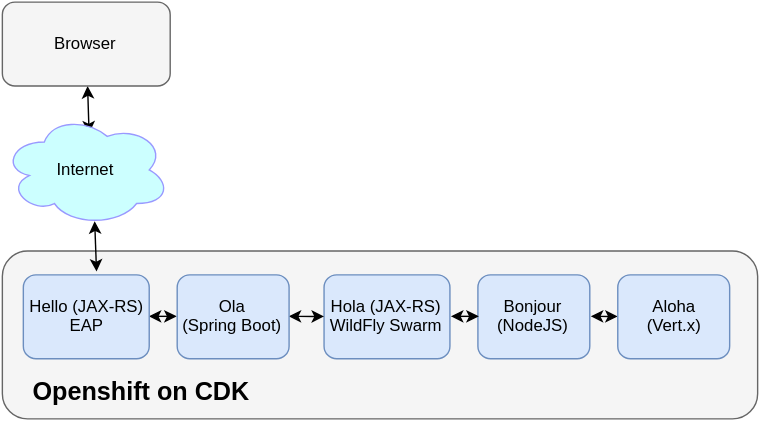
redhat-helloworld-msa/frontend keeps this draw.io diagram as images/service-chaining.svg. Above is the earlier version. Source tidied: cells renumbered, new cells last; positions are measured from the earlier drawing's top-left corner, leaving out a move shared by most shapes. The source it was exported from:
```xml
<mxGraphModel background="#ffffff">
  <root>
    <mxCell id="0" />
    <mxCell id="1" parent="0" />
    <mxCell id="2" style="edgeStyle=none;rounded=0;html=1;startArrow=classic;startFill=1;jettySize=auto;entryX=0.522;entryY=0.171;entryPerimeter=0;" parent="1" edge="1" source="3" target="4">
      <mxGeometry x="165" y="889" as="geometry" />
    </mxCell>
    <mxCell id="3" value="Browser" style="rounded=1;whiteSpace=wrap;html=1;plain-gray;gradientColor=none;" parent="1" vertex="1">
      <mxGeometry width="120" height="60" as="geometry" />
    </mxCell>
    <mxCell id="4" value="Internet" style="ellipse;shape=cloud;whiteSpace=wrap;html=1;plain-yellow;gradientColor=none;fillColor=#CCFFFF;strokeColor=#9999FF;" parent="1" vertex="1">
      <mxGeometry y="80" width="120" height="80" as="geometry" />
    </mxCell>
    <mxCell id="5" style="rounded=1;whiteSpace=wrap;html=1;plain-gray;gradientColor=none;" parent="1" vertex="1">
      <mxGeometry y="178" width="540" height="120" as="geometry" />
    </mxCell>
    <mxCell id="6" style="edgeStyle=none;rounded=0;html=1;exitX=1;exitY=0.5;startArrow=classic;startFill=1;jettySize=auto;" parent="1" edge="1" source="7" target="12">
      <mxGeometry x="465.7" y="993.7" as="geometry" />
    </mxCell>
    <mxCell id="7" value="Bonjour (NodeJS)" style="rounded=1;whiteSpace=wrap;html=1;plain-blue;gradientColor=none;" parent="1" vertex="1">
      <mxGeometry x="340" y="195" width="80" height="60" as="geometry" />
    </mxCell>
    <mxCell id="8" style="edgeStyle=none;rounded=0;html=1;exitX=1;exitY=0.5;entryX=0;entryY=0.5;startArrow=classic;startFill=1;jettySize=auto;" parent="1" edge="1" source="9" target="7">
      <mxGeometry x="365.7" y="993.7" as="geometry" />
    </mxCell>
    <mxCell id="9" value="Hola (JAX-RS)&lt;div&gt;WildFly Swarm&lt;/div&gt;" style="rounded=1;whiteSpace=wrap;html=1;plain-blue;gradientColor=none;" parent="1" vertex="1">
      <mxGeometry x="230" y="195" width="90" height="60" as="geometry" />
    </mxCell>
    <mxCell id="10" style="edgeStyle=none;rounded=0;html=1;exitX=1;exitY=0.5;entryX=0;entryY=0.5;startArrow=classic;startFill=1;jettySize=auto;" parent="1" edge="1" source="11" target="14">
      <mxGeometry x="149.7" y="993.7" as="geometry" />
    </mxCell>
    <mxCell id="11" value="Hello (JAX-RS)&lt;div&gt;EAP&lt;/div&gt;" style="rounded=1;whiteSpace=wrap;html=1;plain-blue;gradientColor=none;" parent="1" vertex="1">
      <mxGeometry x="15" y="195" width="90" height="60" as="geometry" />
    </mxCell>
    <mxCell id="12" value="Aloha&lt;div&gt;(Vert.x)&lt;/div&gt;" style="rounded=1;whiteSpace=wrap;html=1;plain-blue;gradientColor=none;" parent="1" vertex="1">
      <mxGeometry x="440" y="195" width="80" height="60" as="geometry" />
    </mxCell>
    <mxCell id="13" style="edgeStyle=none;rounded=0;html=1;exitX=1;exitY=0.5;startArrow=classic;startFill=1;jettySize=auto;" parent="1" edge="1" source="14" target="9">
      <mxGeometry x="249.7" y="993.7" as="geometry" />
    </mxCell>
    <mxCell id="14" value="Ola&lt;div&gt;(Spring Boot)&lt;/div&gt;" style="rounded=1;whiteSpace=wrap;html=1;plain-blue;gradientColor=none;" parent="1" vertex="1">
      <mxGeometry x="125" y="195" width="80" height="60" as="geometry" />
    </mxCell>
    <mxCell id="15" value="&lt;b&gt;&lt;font style=&quot;font-size: 18px&quot;&gt;Openshift on CDK&lt;/font&gt;&lt;/b&gt;" style="text;html=1;align=left;verticalAlign=top;spacingTop=-4;" parent="1" vertex="1">
      <mxGeometry x="20" y="268" width="170" height="20" as="geometry" />
    </mxCell>
    <mxCell id="16" style="edgeStyle=none;rounded=0;html=1;exitX=0.55;exitY=0.95;exitPerimeter=0;entryX=0.578;entryY=-0.033;startArrow=classic;startFill=1;jettySize=auto;entryPerimeter=0;" parent="1" edge="1" source="4" target="11">
      <mxGeometry x="111" y="925.7" as="geometry" />
    </mxCell>
  </root>
</mxGraphModel>
```
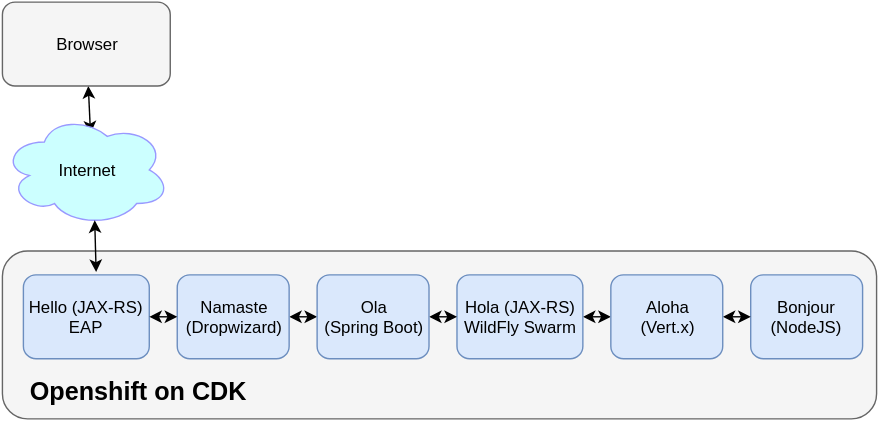
After the commit.

Commit message:
Update frontend to include namaste

Change to the diagram source:
```diff
@@ -12,40 +12,46 @@
       <mxGeometry y="80" width="120" height="80" as="geometry" />
     </mxCell>
     <mxCell id="5" style="rounded=1;whiteSpace=wrap;html=1;plain-gray;gradientColor=none;" parent="1" vertex="1">
-      <mxGeometry y="178" width="540" height="120" as="geometry" />
+      <mxGeometry y="178" width="625" height="120" as="geometry" />
     </mxCell>
-    <mxCell id="6" style="edgeStyle=none;rounded=0;html=1;exitX=1;exitY=0.5;startArrow=classic;startFill=1;jettySize=auto;" parent="1" edge="1" source="7" target="12">
-      <mxGeometry x="465.7" y="993.7" as="geometry" />
+    <mxCell id="6" value="Bonjour (NodeJS)" style="rounded=1;whiteSpace=wrap;html=1;plain-blue;gradientColor=none;" parent="1" vertex="1">
+      <mxGeometry x="535" y="195" width="80" height="60" as="geometry" />
     </mxCell>
-    <mxCell id="7" value="Bonjour (NodeJS)" style="rounded=1;whiteSpace=wrap;html=1;plain-blue;gradientColor=none;" parent="1" vertex="1">
-      <mxGeometry x="340" y="195" width="80" height="60" as="geometry" />
+    <mxCell id="7" style="edgeStyle=none;rounded=0;html=1;exitX=1;exitY=0.5;entryX=0;entryY=0.5;startArrow=classic;startFill=1;jettySize=auto;" parent="1" edge="1" source="8" target="11">
+      <mxGeometry x="460" y="994" as="geometry" />
     </mxCell>
-    <mxCell id="8" style="edgeStyle=none;rounded=0;html=1;exitX=1;exitY=0.5;entryX=0;entryY=0.5;startArrow=classic;startFill=1;jettySize=auto;" parent="1" edge="1" source="9" target="7">
-      <mxGeometry x="365.7" y="993.7" as="geometry" />
+    <mxCell id="8" value="Hola (JAX-RS)&lt;div&gt;WildFly Swarm&lt;/div&gt;" style="rounded=1;whiteSpace=wrap;html=1;plain-blue;gradientColor=none;" parent="1" vertex="1">
+      <mxGeometry x="325" y="195" width="90" height="60" as="geometry" />
     </mxCell>
-    <mxCell id="9" value="Hola (JAX-RS)&lt;div&gt;WildFly Swarm&lt;/div&gt;" style="rounded=1;whiteSpace=wrap;html=1;plain-blue;gradientColor=none;" parent="1" vertex="1">
-      <mxGeometry x="230" y="195" width="90" height="60" as="geometry" />
+    <mxCell id="9" value="Hello (JAX-RS)&lt;div&gt;EAP&lt;/div&gt;" style="rounded=1;whiteSpace=wrap;html=1;plain-blue;gradientColor=none;" parent="1" vertex="1">
+      <mxGeometry x="15" y="195" width="90" height="60" as="geometry" />
     </mxCell>
-    <mxCell id="10" style="edgeStyle=none;rounded=0;html=1;exitX=1;exitY=0.5;entryX=0;entryY=0.5;startArrow=classic;startFill=1;jettySize=auto;" parent="1" edge="1" source="11" target="14">
-      <mxGeometry x="149.7" y="993.7" as="geometry" />
+    <mxCell id="10" style="edgeStyle=none;rounded=0;html=1;exitX=1;exitY=0.5;entryX=0;entryY=0.5;startArrow=classic;startFill=1;jettySize=auto;" parent="1" edge="1" source="11" target="6">
+      <mxGeometry x="560" y="994" as="geometry" />
     </mxCell>
-    <mxCell id="11" value="Hello (JAX-RS)&lt;div&gt;EAP&lt;/div&gt;" style="rounded=1;whiteSpace=wrap;html=1;plain-blue;gradientColor=none;" parent="1" vertex="1">
-      <mxGeometry x="15" y="195" width="90" height="60" as="geometry" />
+    <mxCell id="11" value="Aloha&lt;div&gt;(Vert.x)&lt;/div&gt;" style="rounded=1;whiteSpace=wrap;html=1;plain-blue;gradientColor=none;" parent="1" vertex="1">
+      <mxGeometry x="435" y="195" width="80" height="60" as="geometry" />
     </mxCell>
-    <mxCell id="12" value="Aloha&lt;div&gt;(Vert.x)&lt;/div&gt;" style="rounded=1;whiteSpace=wrap;html=1;plain-blue;gradientColor=none;" parent="1" vertex="1">
-      <mxGeometry x="440" y="195" width="80" height="60" as="geometry" />
+    <mxCell id="12" style="edgeStyle=none;rounded=0;html=1;exitX=1;exitY=0.5;startArrow=classic;startFill=1;jettySize=auto;" parent="1" edge="1" source="13" target="18">
+      <mxGeometry x="250" y="994" as="geometry" />
     </mxCell>
-    <mxCell id="13" style="edgeStyle=none;rounded=0;html=1;exitX=1;exitY=0.5;startArrow=classic;startFill=1;jettySize=auto;" parent="1" edge="1" source="14" target="9">
-      <mxGeometry x="249.7" y="993.7" as="geometry" />
+    <mxCell id="13" value="Namaste&lt;div&gt;(Dropwizard)&lt;/div&gt;" style="rounded=1;whiteSpace=wrap;html=1;plain-blue;gradientColor=none;" parent="1" vertex="1">
+      <mxGeometry x="125" y="195" width="80" height="60" as="geometry" />
     </mxCell>
-    <mxCell id="14" value="Ola&lt;div&gt;(Spring Boot)&lt;/div&gt;" style="rounded=1;whiteSpace=wrap;html=1;plain-blue;gradientColor=none;" parent="1" vertex="1">
-      <mxGeometry x="125" y="195" width="80" height="60" as="geometry" />
+    <mxCell id="14" value="&lt;b&gt;&lt;font style=&quot;font-size: 18px&quot;&gt;Openshift on CDK&lt;/font&gt;&lt;/b&gt;" style="text;html=1;align=left;verticalAlign=top;spacingTop=-4;points=[];" parent="1" vertex="1">
+      <mxGeometry x="20" y="268" width="170" height="20" as="geometry" />
     </mxCell>
-    <mxCell id="15" value="&lt;b&gt;&lt;font style=&quot;font-size: 18px&quot;&gt;Openshift on CDK&lt;/font&gt;&lt;/b&gt;" style="text;html=1;align=left;verticalAlign=top;spacingTop=-4;" parent="1" vertex="1">
-      <mxGeometry x="20" y="268" width="170" height="20" as="geometry" />
+    <mxCell id="15" style="edgeStyle=none;rounded=0;html=1;exitX=1;exitY=0.5;entryX=0;entryY=0.5;startArrow=classic;startFill=1;jettySize=auto;" parent="1" edge="1" source="9" target="13">
+      <mxGeometry x="150" y="994" as="geometry" />
     </mxCell>
-    <mxCell id="16" style="edgeStyle=none;rounded=0;html=1;exitX=0.55;exitY=0.95;exitPerimeter=0;entryX=0.578;entryY=-0.033;startArrow=classic;startFill=1;jettySize=auto;entryPerimeter=0;" parent="1" edge="1" source="4" target="11">
-      <mxGeometry x="111" y="925.7" as="geometry" />
+    <mxCell id="16" style="edgeStyle=none;rounded=0;html=1;exitX=0.55;exitY=0.95;exitPerimeter=0;entryX=0.578;entryY=-0.033;startArrow=classic;startFill=1;jettySize=auto;entryPerimeter=0;" parent="1" edge="1" source="4" target="9">
+      <mxGeometry x="111" y="925" as="geometry" />
     </mxCell>
+    <mxCell id="17" style="edgeStyle=none;rounded=0;html=1;exitX=1;exitY=0.5;entryX=0;entryY=0.5;startArrow=classic;startFill=1;jettySize=auto;" parent="1" edge="1" source="18" target="8">
+      <mxGeometry x="350" y="994" as="geometry" />
+    </mxCell>
+    <mxCell id="18" value="Ola&lt;div&gt;(Spring Boot)&lt;/div&gt;" style="rounded=1;whiteSpace=wrap;html=1;plain-blue;gradientColor=none;" parent="1" vertex="1">
+      <mxGeometry x="225" y="195" width="80" height="60" as="geometry" />
+    </mxCell>
   </root>
 </mxGraphModel>
```
